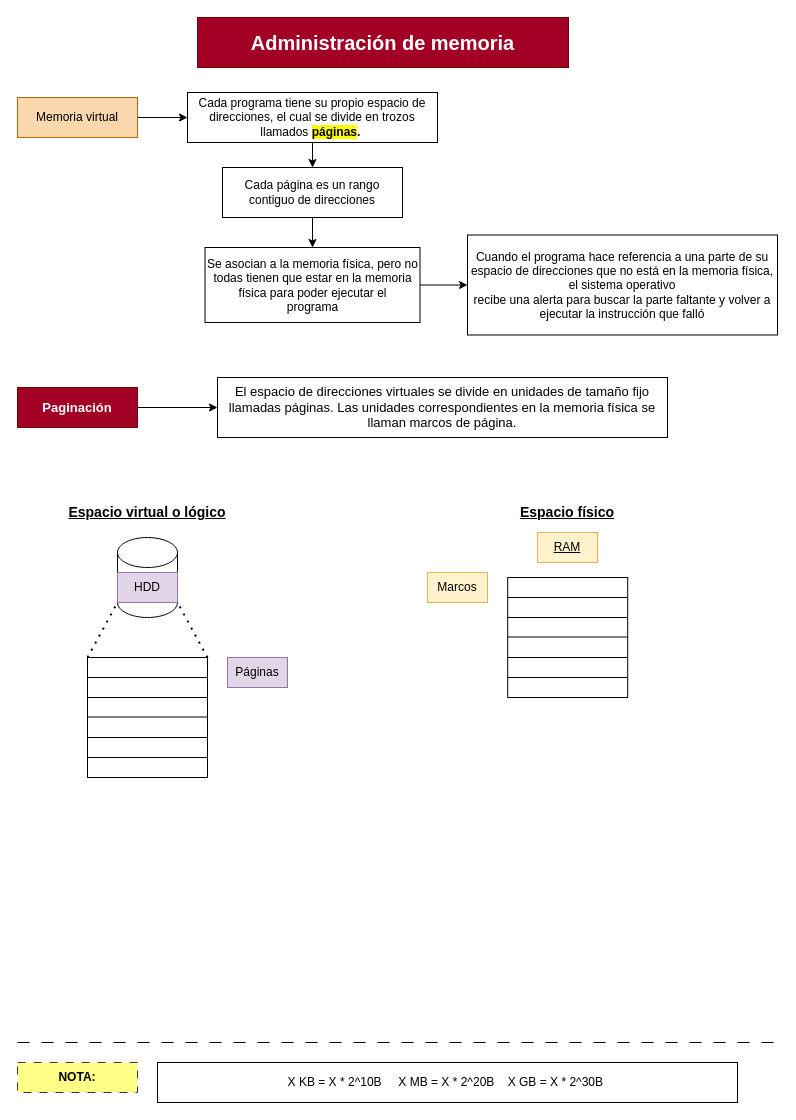
This is page "Página-1" (1 of 3) of Sistemas Operativos 1/Clase 5 - Administración de memoria.drawio from RMSabrina/Apuntes-Universitarios, a draw.io file, before an edit. Source tidied: cells renumbered, new cells numbered last; positions are measured from the earlier drawing's top-left corner, leaving out a move shared by most shapes. Both pictures are drawn from the tidied source at 100%, with x=0, y=0 at pixel (17, 17).
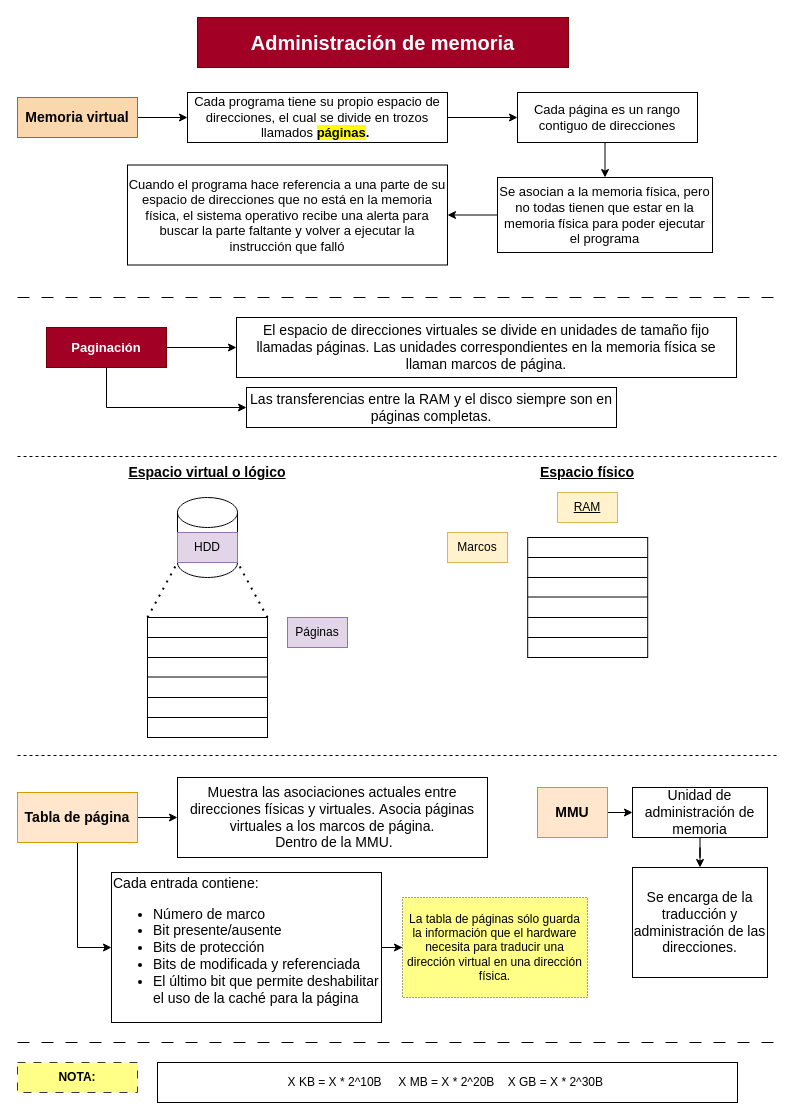
Above is the later version.

What changed in the source:
```diff
@@
-    <mxCell id="4" value="Memoria virtual" style="rounded=0;whiteSpace=wrap;html=1;fillColor=#fad7ac;strokeColor=#b46504;" parent="1" vertex="1">
+    <mxCell id="4" value="Memoria virtual" style="rounded=0;whiteSpace=wrap;html=1;fillColor=#fad7ac;strokeColor=#b46504;fontSize=14;fontStyle=1;" parent="1" vertex="1">
       <mxGeometry y="80" width="120" height="40" as="geometry" />
     </mxCell>
-    <mxCell id="5" style="edgeStyle=orthogonalEdgeStyle;rounded=0;jettySize=auto;html=1;exitX=0.5;exitY=1;exitDx=0;exitDy=0;" parent="1" edge="1" source="6" target="9">
+    <mxCell id="5" style="edgeStyle=orthogonalEdgeStyle;rounded=0;jettySize=auto;html=1;exitX=1;exitY=0.5;exitDx=0;exitDy=0;" parent="1" edge="1" source="6" target="9">
       <mxGeometry relative="1" as="geometry" />
     </mxCell>
-    <mxCell id="6" value="Cada programa tiene su propio espacio de direcciones, el cual se divide en trozos llamados &lt;b&gt;&lt;span style=&quot;background-color: rgb(255, 255, 0);&quot;&gt;páginas&lt;/span&gt;.&lt;/b&gt;&amp;nbsp;" style="rounded=0;whiteSpace=wrap;html=1;" parent="1" vertex="1">
-      <mxGeometry x="170" y="75" width="250" height="50" as="geometry" />
+    <mxCell id="6" value="Cada programa tiene su propio espacio de direcciones, el cual se divide en trozos llamados &lt;b style=&quot;font-size: 13px;&quot;&gt;&lt;span style=&quot;background-color: rgb(255, 255, 0); font-size: 13px;&quot;&gt;páginas&lt;/span&gt;.&lt;/b&gt;&amp;nbsp;" style="rounded=0;whiteSpace=wrap;html=1;fontSize=13;" parent="1" vertex="1">
+      <mxGeometry x="170" y="75" width="260" height="50" as="geometry" />
     </mxCell>
-    <mxCell id="7" value="Cuando el programa hace referencia a una parte de su espacio de direcciones que &lt;span class=&quot;fontstyle2&quot;&gt;no &lt;/span&gt;&lt;span class=&quot;fontstyle0&quot;&gt;está en la memoria física, el sistema operativo&lt;br&gt;recibe una alerta para buscar la parte faltante y volver a ejecutar la instrucción que falló&lt;/span&gt; &lt;br/&gt;" style="rounded=0;whiteSpace=wrap;html=1;" parent="1" vertex="1">
-      <mxGeometry x="450" y="217.5" width="310" height="100" as="geometry" />
+    <mxCell id="7" value="Cuando el programa hace referencia a una parte de su espacio de direcciones que &lt;span class=&quot;fontstyle2&quot; style=&quot;font-size: 13px;&quot;&gt;no &lt;/span&gt;&lt;span class=&quot;fontstyle0&quot; style=&quot;font-size: 13px;&quot;&gt;está en la memoria física, el sistema operativo recibe una alerta para buscar la parte faltante y volver a ejecutar la instrucción que falló&lt;/span&gt; " style="rounded=0;whiteSpace=wrap;html=1;fontSize=13;" parent="1" vertex="1">
+      <mxGeometry x="110" y="147.5" width="320" height="100" as="geometry" />
     </mxCell>
-    <mxCell id="8" style="edgeStyle=orthogonalEdgeStyle;rounded=0;jettySize=auto;html=1;exitX=0.5;exitY=1;exitDx=0;exitDy=0;" parent="1" edge="1" source="9" target="11">
+    <mxCell id="8" style="edgeStyle=orthogonalEdgeStyle;rounded=0;jettySize=auto;html=1;exitX=0.5;exitY=1;exitDx=0;exitDy=0;entryX=0.5;entryY=0;entryDx=0;entryDy=0;" parent="1" edge="1" source="9" target="11">
       <mxGeometry relative="1" as="geometry" />
     </mxCell>
-    <mxCell id="9" value="Cada página es un rango contiguo de direcciones &lt;br/&gt;" style="rounded=0;whiteSpace=wrap;html=1;" parent="1" vertex="1">
-      <mxGeometry x="205" y="150" width="180" height="50" as="geometry" />
+    <mxCell id="9" value="Cada página es un rango contiguo de direcciones &lt;br style=&quot;font-size: 13px;&quot;&gt;" style="rounded=0;whiteSpace=wrap;html=1;fontSize=13;" parent="1" vertex="1">
+      <mxGeometry x="500" y="75" width="180" height="50" as="geometry" />
     </mxCell>
-    <mxCell id="10" style="edgeStyle=orthogonalEdgeStyle;rounded=0;jettySize=auto;html=1;exitX=1;exitY=0.5;exitDx=0;exitDy=0;entryX=0;entryY=0.5;entryDx=0;entryDy=0;" parent="1" edge="1" source="11" target="7">
+    <mxCell id="10" style="edgeStyle=orthogonalEdgeStyle;rounded=0;jettySize=auto;html=1;exitX=0;exitY=0.5;exitDx=0;exitDy=0;entryX=1;entryY=0.5;entryDx=0;entryDy=0;" parent="1" edge="1" source="11" target="7">
       <mxGeometry relative="1" as="geometry" />
     </mxCell>
-    <mxCell id="11" value="Se asocian a la memoria física, pero no todas tienen que estar en la memoria física para poder ejecutar el&lt;br&gt;programa " style="rounded=0;whiteSpace=wrap;html=1;" parent="1" vertex="1">
-      <mxGeometry x="187.5" y="230" width="215" height="75" as="geometry" />
+    <mxCell id="11" value="Se asocian a la memoria física, pero no todas tienen que estar en la memoria física para poder ejecutar el programa " style="rounded=0;whiteSpace=wrap;html=1;fontSize=13;" parent="1" vertex="1">
+      <mxGeometry x="480" y="160" width="215" height="75" as="geometry" />
     </mxCell>
-    <mxCell id="12" style="edgeStyle=orthogonalEdgeStyle;rounded=0;jettySize=auto;html=1;exitX=1;exitY=0.5;exitDx=0;exitDy=0;" parent="1" edge="1" source="13" target="14">
-      <mxGeometry relative="1" as="geometry" />
-    </mxCell>
-    <mxCell id="13" value="Paginación" style="rounded=0;whiteSpace=wrap;html=1;fillColor=#a20025;fontColor=#ffffff;strokeColor=#6F0000;fontSize=13;fontStyle=1;" parent="1" vertex="1">
-      <mxGeometry y="370" width="120" height="40" as="geometry" />
-    </mxCell>
-    <mxCell id="14" value="&lt;span style=&quot;font-weight: normal;&quot;&gt;El espacio de direcciones virtuales se divide en unidades de tamaño fijo llamadas páginas. Las unidades correspondientes en la memoria física se llaman marcos de página.&lt;/span&gt;" style="rounded=0;whiteSpace=wrap;html=1;fontSize=13;fontStyle=1;" parent="1" vertex="1">
-      <mxGeometry x="200" y="360" width="450" height="60" as="geometry" />
-    </mxCell>
     <mxCell id="15" style="shape=cylinder3;whiteSpace=wrap;html=1;boundedLbl=1;backgroundOutline=1;size=15;" parent="1" vertex="1">
-      <mxGeometry x="100" y="520" width="60" height="80" as="geometry" />
+      <mxGeometry x="160" y="480" width="60" height="80" as="geometry" />
     </mxCell>
     <mxCell id="16" style="endArrow=none;dashed=1;html=1;dashPattern=1 3;strokeWidth=2;rounded=0;" parent="1" edge="1">
       <mxGeometry relative="1" as="geometry">
-        <mxPoint x="70" y="640" as="sourcePoint" />
-        <mxPoint x="100" y="585" as="targetPoint" />
+        <mxPoint x="130" y="600" as="sourcePoint" />
+        <mxPoint x="160" y="545" as="targetPoint" />
       </mxGeometry>
     </mxCell>
     <mxCell id="17" style="endArrow=none;dashed=1;html=1;dashPattern=1 3;strokeWidth=2;rounded=0;" parent="1" edge="1">
       <mxGeometry relative="1" as="geometry">
-        <mxPoint x="190" y="640" as="sourcePoint" />
-        <mxPoint x="160" y="585" as="targetPoint" />
+        <mxPoint x="250" y="600" as="sourcePoint" />
+        <mxPoint x="220" y="545" as="targetPoint" />
       </mxGeometry>
     </mxCell>
     <mxCell id="18" style="whiteSpace=wrap;html=1;" parent="1" vertex="1">
-      <mxGeometry x="70" y="640" width="120" height="120" as="geometry" />
+      <mxGeometry x="130" y="600" width="120" height="120" as="geometry" />
     </mxCell>
     <mxCell id="19" style="endArrow=none;html=1;rounded=0;" parent="1" edge="1">
       <mxGeometry relative="1" as="geometry">
-        <mxPoint x="70" y="660" as="sourcePoint" />
-        <mxPoint x="190" y="660" as="targetPoint" />
+        <mxPoint x="130" y="620" as="sourcePoint" />
+        <mxPoint x="250" y="620" as="targetPoint" />
       </mxGeometry>
     </mxCell>
     <mxCell id="20" style="endArrow=none;html=1;rounded=0;" parent="1" edge="1">
       <mxGeometry relative="1" as="geometry">
-        <mxPoint x="69.5" y="680" as="sourcePoint" />
-        <mxPoint x="189.5" y="680" as="targetPoint" />
+        <mxPoint x="129.5" y="640" as="sourcePoint" />
+        <mxPoint x="249.5" y="640" as="targetPoint" />
       </mxGeometry>
     </mxCell>
     <mxCell id="21" style="endArrow=none;html=1;rounded=0;" parent="1" edge="1">
       <mxGeometry relative="1" as="geometry">
-        <mxPoint x="70" y="699.5" as="sourcePoint" />
-        <mxPoint x="190" y="699.5" as="targetPoint" />
+        <mxPoint x="130" y="659.5" as="sourcePoint" />
+        <mxPoint x="250" y="659.5" as="targetPoint" />
       </mxGeometry>
     </mxCell>
     <mxCell id="22" style="endArrow=none;html=1;rounded=0;" parent="1" edge="1">
       <mxGeometry relative="1" as="geometry">
-        <mxPoint x="70" y="720" as="sourcePoint" />
-        <mxPoint x="190" y="720" as="targetPoint" />
+        <mxPoint x="130" y="680" as="sourcePoint" />
+        <mxPoint x="250" y="680" as="targetPoint" />
       </mxGeometry>
     </mxCell>
     <mxCell id="23" style="endArrow=none;html=1;rounded=0;" parent="1" edge="1">
       <mxGeometry relative="1" as="geometry">
-        <mxPoint x="70" y="740" as="sourcePoint" />
-        <mxPoint x="190" y="740" as="targetPoint" />
+        <mxPoint x="130" y="700" as="sourcePoint" />
+        <mxPoint x="250" y="700" as="targetPoint" />
       </mxGeometry>
     </mxCell>
     <mxCell id="24" value="HDD" style="text;html=1;strokeColor=#9673a6;fillColor=#e1d5e7;align=center;verticalAlign=middle;whiteSpace=wrap;rounded=0;" parent="1" vertex="1">
-      <mxGeometry x="100" y="555" width="60" height="30" as="geometry" />
+      <mxGeometry x="160" y="515" width="60" height="30" as="geometry" />
     </mxCell>
     <mxCell id="25" value="Espacio virtual o lógico" style="text;html=1;strokeColor=none;fillColor=none;align=center;verticalAlign=middle;whiteSpace=wrap;rounded=0;fontSize=14;fontStyle=5;" parent="1" vertex="1">
-      <mxGeometry x="50" y="480" width="160" height="30" as="geometry" />
+      <mxGeometry x="110" y="440" width="160" height="30" as="geometry" />
     </mxCell>
     <mxCell id="26" value="Espacio físico" style="text;html=1;strokeColor=none;fillColor=none;align=center;verticalAlign=middle;whiteSpace=wrap;rounded=0;fontSize=14;fontStyle=5;" parent="1" vertex="1">
-      <mxGeometry x="470" y="480" width="160" height="30" as="geometry" />
+      <mxGeometry x="490" y="440" width="160" height="30" as="geometry" />
     </mxCell>
     <mxCell id="27" style="whiteSpace=wrap;html=1;" parent="1" vertex="1">
-      <mxGeometry x="490.2" y="560" width="120" height="120" as="geometry" />
+      <mxGeometry x="510.2" y="520" width="120" height="120" as="geometry" />
     </mxCell>
     <mxCell id="28" style="endArrow=none;html=1;rounded=0;" parent="1" edge="1">
       <mxGeometry relative="1" as="geometry">
-        <mxPoint x="490.2" y="580" as="sourcePoint" />
-        <mxPoint x="610.2" y="580" as="targetPoint" />
+        <mxPoint x="510.2" y="540" as="sourcePoint" />
+        <mxPoint x="630.2" y="540" as="targetPoint" />
       </mxGeometry>
     </mxCell>
     <mxCell id="29" style="endArrow=none;html=1;rounded=0;" parent="1" edge="1">
       <mxGeometry relative="1" as="geometry">
-        <mxPoint x="489.8" y="600" as="sourcePoint" />
-        <mxPoint x="609.8" y="600" as="targetPoint" />
+        <mxPoint x="509.8" y="560" as="sourcePoint" />
+        <mxPoint x="629.8" y="560" as="targetPoint" />
       </mxGeometry>
     </mxCell>
     <mxCell id="30" style="endArrow=none;html=1;rounded=0;" parent="1" edge="1">
       <mxGeometry relative="1" as="geometry">
-        <mxPoint x="490.2" y="619.5" as="sourcePoint" />
-        <mxPoint x="610.2" y="619.5" as="targetPoint" />
+        <mxPoint x="510.2" y="579.5" as="sourcePoint" />
+        <mxPoint x="630.2" y="579.5" as="targetPoint" />
       </mxGeometry>
     </mxCell>
     <mxCell id="31" style="endArrow=none;html=1;rounded=0;" parent="1" edge="1">
       <mxGeometry relative="1" as="geometry">
-        <mxPoint x="490.2" y="640" as="sourcePoint" />
-        <mxPoint x="610.2" y="640" as="targetPoint" />
+        <mxPoint x="510.2" y="600" as="sourcePoint" />
+        <mxPoint x="630.2" y="600" as="targetPoint" />
       </mxGeometry>
     </mxCell>
     <mxCell id="32" style="endArrow=none;html=1;rounded=0;" parent="1" edge="1">
       <mxGeometry relative="1" as="geometry">
-        <mxPoint x="490.2" y="660" as="sourcePoint" />
-        <mxPoint x="610.2" y="660" as="targetPoint" />
+        <mxPoint x="510.2" y="620" as="sourcePoint" />
+        <mxPoint x="630.2" y="620" as="targetPoint" />
       </mxGeometry>
     </mxCell>
     <mxCell id="33" value="RAM" style="text;html=1;strokeColor=#d6b656;fillColor=#fff2cc;align=center;verticalAlign=middle;whiteSpace=wrap;rounded=0;fontStyle=4;" parent="1" vertex="1">
-      <mxGeometry x="520" y="515" width="60" height="30" as="geometry" />
+      <mxGeometry x="540" y="475" width="60" height="30" as="geometry" />
     </mxCell>
     <mxCell id="34" value="Marcos" style="text;html=1;strokeColor=#d6b656;fillColor=#fff2cc;align=center;verticalAlign=middle;whiteSpace=wrap;rounded=0;" parent="1" vertex="1">
-      <mxGeometry x="410" y="555" width="60" height="30" as="geometry" />
+      <mxGeometry x="430" y="515" width="60" height="30" as="geometry" />
     </mxCell>
     <mxCell id="35" value="Páginas" style="text;html=1;strokeColor=#9673a6;fillColor=#e1d5e7;align=center;verticalAlign=middle;whiteSpace=wrap;rounded=0;" parent="1" vertex="1">
-      <mxGeometry x="210" y="640" width="60" height="30" as="geometry" />
+      <mxGeometry x="270" y="600" width="60" height="30" as="geometry" />
     </mxCell>
-    <mxCell id="36" value="X KB = X * 2^10B&amp;nbsp; &lt;span style=&quot;white-space: pre;&quot;&gt; &lt;/span&gt;&amp;nbsp;&lt;span style=&quot;white-space: pre;&quot;&gt; &lt;/span&gt;X MB = X * 2^20B &lt;span style=&quot;white-space: pre;&quot;&gt; &lt;span style=&quot;white-space: pre;&quot;&gt; &lt;/span&gt;&lt;/span&gt; X GB = X * 2^30B&amp;nbsp;" style="text;html=1;align=center;verticalAlign=middle;whiteSpace=wrap;rounded=0;strokeColor=default;" parent="1" vertex="1">
+    <mxCell id="36" value="X KB = X * 2^10B&amp;nbsp; &lt;span style=&quot;white-space: pre;&quot;&gt; &lt;/span&gt;&amp;nbsp;&lt;span style=&quot;white-space: pre;&quot;&gt; &lt;/span&gt;X MB = X * 2^20B &lt;span style=&quot;white-space: pre;&quot;&gt; &lt;span style=&quot;white-space: pre;&quot;&gt; &lt;/span&gt;&lt;/span&gt; X GB = X * 2^30B&amp;nbsp;" style="text;html=1;align=center;verticalAlign=middle;whiteSpace=wrap;rounded=0;strokeColor=default;fillColor=default;" parent="1" vertex="1">
       <mxGeometry x="140" y="1045" width="580" height="40" as="geometry" />
     </mxCell>
@@
+    <mxCell id="39" style="edgeStyle=orthogonalEdgeStyle;rounded=0;jettySize=auto;html=1;exitX=0.5;exitY=1;exitDx=0;exitDy=0;entryX=0;entryY=0.5;entryDx=0;entryDy=0;" parent="1" edge="1" source="13" target="40">
+      <mxGeometry relative="1" as="geometry" />
+    </mxCell>
+    <mxCell id="12" style="edgeStyle=orthogonalEdgeStyle;rounded=0;jettySize=auto;html=1;exitX=1;exitY=0.5;exitDx=0;exitDy=0;entryX=0;entryY=0.5;entryDx=0;entryDy=0;" parent="1" edge="1" source="13" target="14">
+      <mxGeometry relative="1" as="geometry" />
+    </mxCell>
+    <mxCell id="13" value="Paginación" style="rounded=0;whiteSpace=wrap;html=1;fillColor=#a20025;fontColor=#ffffff;strokeColor=#6F0000;fontSize=13;fontStyle=1;" parent="1" vertex="1">
+      <mxGeometry x="29" y="310" width="120" height="40" as="geometry" />
+    </mxCell>
+    <mxCell id="14" value="&lt;span style=&quot;font-weight: normal; font-size: 14px;&quot;&gt;El espacio de direcciones virtuales se divide en unidades de tamaño fijo llamadas páginas. Las unidades correspondientes en la memoria física se llaman marcos de página.&lt;/span&gt;" style="rounded=0;whiteSpace=wrap;html=1;fontSize=14;fontStyle=1;" parent="1" vertex="1">
+      <mxGeometry x="219" y="300" width="500" height="60" as="geometry" />
+    </mxCell>
+    <mxCell id="40" value="Las transferencias entre la RAM y el disco siempre son en páginas completas. &lt;br style=&quot;font-size: 14px;&quot;&gt;" style="text;html=1;strokeColor=default;fillColor=default;align=center;verticalAlign=middle;whiteSpace=wrap;rounded=0;fontSize=14;" parent="1" vertex="1">
+      <mxGeometry x="229" y="370" width="370" height="40" as="geometry" />
+    </mxCell>
+    <mxCell id="41" style="endArrow=none;html=1;rounded=0;dashed=1;dashPattern=12 12;" parent="1" edge="1">
+      <mxGeometry relative="1" as="geometry">
+        <mxPoint y="280" as="sourcePoint" />
+        <mxPoint x="760" y="280" as="targetPoint" />
+      </mxGeometry>
+    </mxCell>
+    <mxCell id="42" style="edgeStyle=orthogonalEdgeStyle;rounded=0;jettySize=auto;html=1;exitX=1;exitY=0.5;exitDx=0;exitDy=0;entryX=0;entryY=0.5;entryDx=0;entryDy=0;" parent="1" edge="1" source="44" target="45">
+      <mxGeometry relative="1" as="geometry" />
+    </mxCell>
+    <mxCell id="43" style="edgeStyle=orthogonalEdgeStyle;rounded=0;jettySize=auto;html=1;exitX=0.5;exitY=1;exitDx=0;exitDy=0;entryX=0;entryY=0.5;entryDx=0;entryDy=0;" parent="1" edge="1" source="44" target="52">
+      <mxGeometry relative="1" as="geometry" />
+    </mxCell>
+    <mxCell id="44" value="Tabla de página" style="text;html=1;strokeColor=#d79b00;fillColor=#ffe6cc;align=center;verticalAlign=middle;whiteSpace=wrap;rounded=0;fontSize=14;fontStyle=1;rotation=0;horizontal=1;" parent="1" vertex="1">
+      <mxGeometry y="775" width="120" height="50" as="geometry" />
+    </mxCell>
+    <mxCell id="45" value="Muestra las asociaciones actuales entre direcciones físicas y virtuales.&amp;nbsp;Asocia páginas virtuales a los marcos de página.&lt;br&gt;&amp;nbsp;Dentro de la MMU." style="text;html=1;strokeColor=default;fillColor=default;align=center;verticalAlign=middle;whiteSpace=wrap;rounded=0;fontSize=14;fontStyle=0;rotation=0;horizontal=1;" parent="1" vertex="1">
+      <mxGeometry x="160" y="760" width="310" height="80" as="geometry" />
+    </mxCell>
+    <mxCell id="46" style="edgeStyle=orthogonalEdgeStyle;rounded=0;jettySize=auto;html=1;exitX=1;exitY=0.5;exitDx=0;exitDy=0;" parent="1" edge="1" source="47" target="49">
+      <mxGeometry relative="1" as="geometry" />
+    </mxCell>
+    <mxCell id="47" value="MMU" style="text;html=1;strokeColor=#d79b00;fillColor=#ffe6cc;align=center;verticalAlign=middle;whiteSpace=wrap;rounded=0;fontSize=14;fontStyle=1;rotation=0;horizontal=1;" parent="1" vertex="1">
+      <mxGeometry x="520" y="770" width="70" height="50" as="geometry" />
+    </mxCell>
+    <mxCell id="48" style="edgeStyle=orthogonalEdgeStyle;rounded=0;jettySize=auto;html=1;exitX=0.5;exitY=1;exitDx=0;exitDy=0;" parent="1" edge="1" source="49" target="50">
+      <mxGeometry relative="1" as="geometry" />
+    </mxCell>
+    <mxCell id="49" value="&lt;span style=&quot;font-weight: normal;&quot;&gt;Unidad de administración de memoria&lt;/span&gt;" style="text;html=1;align=center;verticalAlign=middle;whiteSpace=wrap;rounded=0;fontSize=14;fontStyle=1;rotation=0;horizontal=1;strokeColor=default;fillColor=default;" parent="1" vertex="1">
+      <mxGeometry x="615" y="770" width="135" height="50" as="geometry" />
+    </mxCell>
+    <mxCell id="50" value="&lt;span style=&quot;font-weight: normal;&quot;&gt;Se encarga de la traducción y administración de las direcciones.&lt;/span&gt;" style="text;html=1;align=center;verticalAlign=middle;whiteSpace=wrap;rounded=0;fontSize=14;fontStyle=1;rotation=0;horizontal=1;strokeColor=default;fillColor=default;" parent="1" vertex="1">
+      <mxGeometry x="615" y="850" width="135" height="110" as="geometry" />
+    </mxCell>
+    <mxCell id="51" style="edgeStyle=orthogonalEdgeStyle;rounded=0;jettySize=auto;html=1;entryX=0;entryY=0.5;entryDx=0;entryDy=0;" parent="1" edge="1" source="52" target="53">
+      <mxGeometry relative="1" as="geometry" />
+    </mxCell>
+    <mxCell id="52" value="&lt;span style=&quot;font-weight: normal; font-size: 14px;&quot;&gt;Cada entrada contiene:&amp;nbsp;&lt;br style=&quot;font-size: 14px;&quot;&gt;&lt;ul style=&quot;font-size: 14px;&quot;&gt;&lt;li style=&quot;font-size: 14px;&quot;&gt;&lt;span style=&quot;font-weight: normal; font-size: 14px;&quot;&gt;Número de marco&lt;/span&gt;&lt;/li&gt;&lt;li style=&quot;font-size: 14px;&quot;&gt;&lt;span style=&quot;font-weight: normal; font-size: 14px;&quot;&gt;Bit presente/ausente&lt;/span&gt;&lt;/li&gt;&lt;li style=&quot;font-size: 14px;&quot;&gt;&lt;span style=&quot;font-weight: normal; font-size: 14px;&quot;&gt;Bits de protección&lt;/span&gt;&lt;/li&gt;&lt;li style=&quot;font-size: 14px;&quot;&gt;&lt;span style=&quot;font-weight: normal; font-size: 14px;&quot;&gt;Bits de modificada y referenciada&lt;/span&gt;&lt;/li&gt;&lt;li style=&quot;font-size: 14px;&quot;&gt;&lt;span style=&quot;font-weight: normal; font-size: 14px;&quot;&gt;El último bit que permite deshabilitar el uso de la caché para la página&lt;/span&gt;&lt;/li&gt;&lt;/ul&gt;&lt;/span&gt;" style="text;html=1;align=left;verticalAlign=middle;whiteSpace=wrap;rounded=0;fontSize=14;fontStyle=1;rotation=0;horizontal=1;strokeColor=default;fillColor=default;" parent="1" vertex="1">
+      <mxGeometry x="94" y="855" width="270" height="150" as="geometry" />
+    </mxCell>
+    <mxCell id="53" value="La tabla de páginas sólo guarda la información que el hardware necesita para traducir una dirección virtual en una dirección física." style="text;html=1;strokeColor=#36393d;fillColor=#ffff88;align=center;verticalAlign=middle;whiteSpace=wrap;rounded=0;dashed=1;dashPattern=1 2;" parent="1" vertex="1">
+      <mxGeometry x="385" y="880" width="185" height="100" as="geometry" />
+    </mxCell>
+    <mxCell id="54" style="endArrow=none;html=1;rounded=0;dashed=1;" parent="1" edge="1">
+      <mxGeometry relative="1" as="geometry">
+        <mxPoint y="439" as="sourcePoint" />
+        <mxPoint x="760" y="439" as="targetPoint" />
+      </mxGeometry>
+    </mxCell>
+    <mxCell id="55" style="endArrow=none;html=1;rounded=0;dashed=1;" parent="1" edge="1">
+      <mxGeometry relative="1" as="geometry">
+        <mxPoint y="738" as="sourcePoint" />
+        <mxPoint x="760" y="738" as="targetPoint" />
+      </mxGeometry>
+    </mxCell>
```
